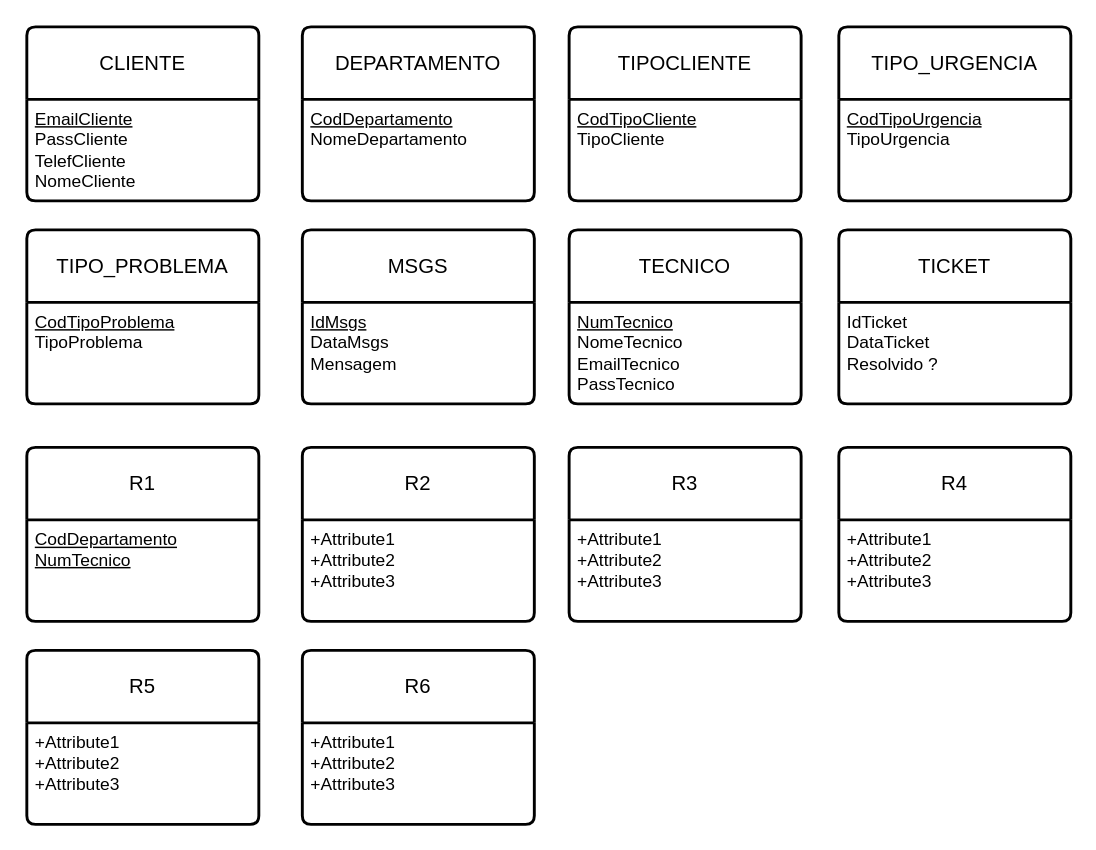
This is SistemaTicket.drawio from HenriqueINA/An-lise-de-Sistemas, a draw.io file, before an edit. Source tidied: cells renumbered, new cells numbered last; positions are measured from the earlier drawing's top-left corner, leaving out a move shared by most shapes. Both pictures are drawn from the tidied source at 145%, with x=0, y=0 at pixel (26, 26).
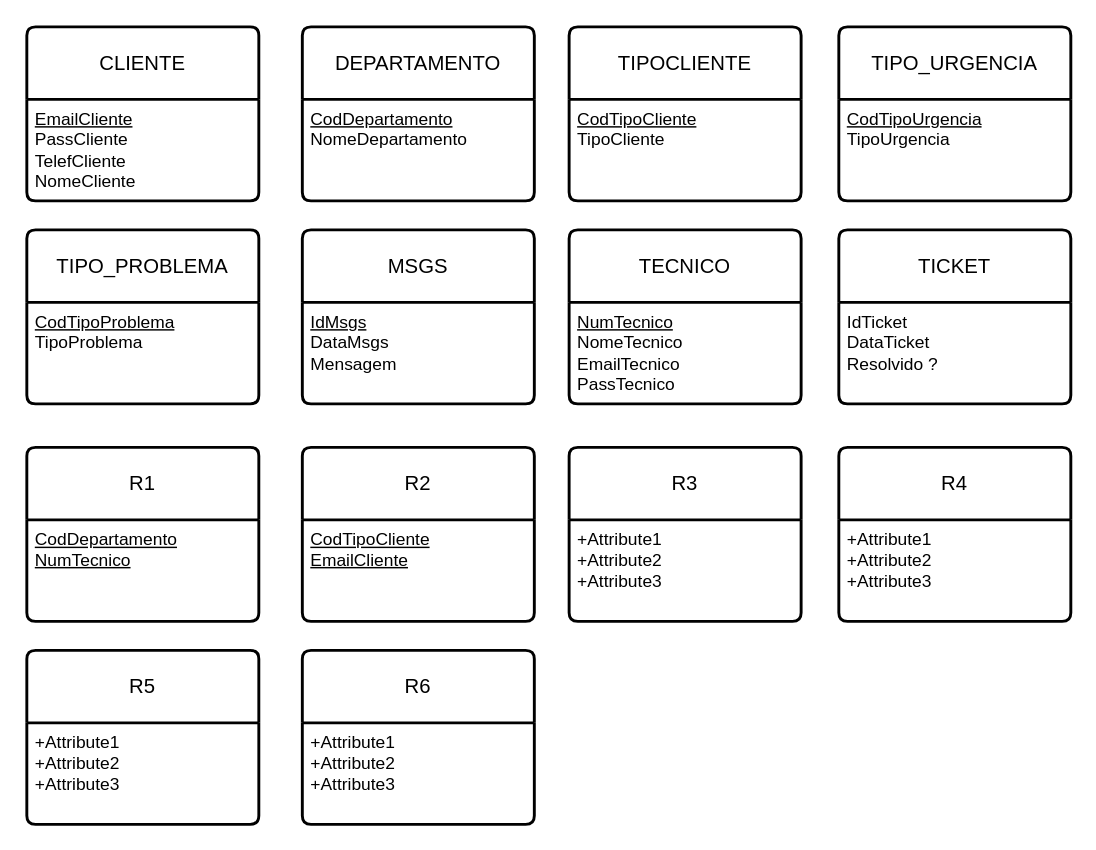
Above is the later version.

The change refers to these unchanged cells:
```xml
<mxCell id="26" value="R2" style="swimlane;horizontal=1;startSize=50;rounded=1;fontSize=14;fontStyle=0;strokeWidth=2;shadow=0;dashed=0;align=center;arcSize=4;whiteSpace=wrap;html=1;" parent="1" vertex="1">
  <mxGeometry x="190" y="290" width="160" height="120" as="geometry" />
</mxCell>
```

The edit, as a diff of the source:
```diff
@@
-    <mxCell id="27" value="+Attribute1&#10;+Attribute2&#10;+Attribute3" style="align=left;strokeColor=none;fillColor=none;spacingLeft=4;spacingRight=4;fontSize=12;verticalAlign=top;html=1;whiteSpace=wrap;" parent="26" vertex="1">
+    <mxCell id="27" value="&lt;span style=&quot;text-align: center; text-decoration-line: underline;&quot;&gt;CodTipoCliente&lt;/span&gt;&lt;div&gt;&lt;span style=&quot;text-align: center; text-decoration-line: underline;&quot;&gt;EmailCliente&lt;/span&gt;&lt;span style=&quot;text-align: center; text-decoration-line: underline;&quot;&gt;&lt;/span&gt;&lt;/div&gt;" style="align=left;strokeColor=none;fillColor=none;spacingLeft=4;spacingRight=4;fontSize=12;verticalAlign=top;html=1;whiteSpace=wrap;" parent="26" vertex="1">
       <mxGeometry y="50" width="160" height="70" as="geometry" />
     </mxCell>
```
